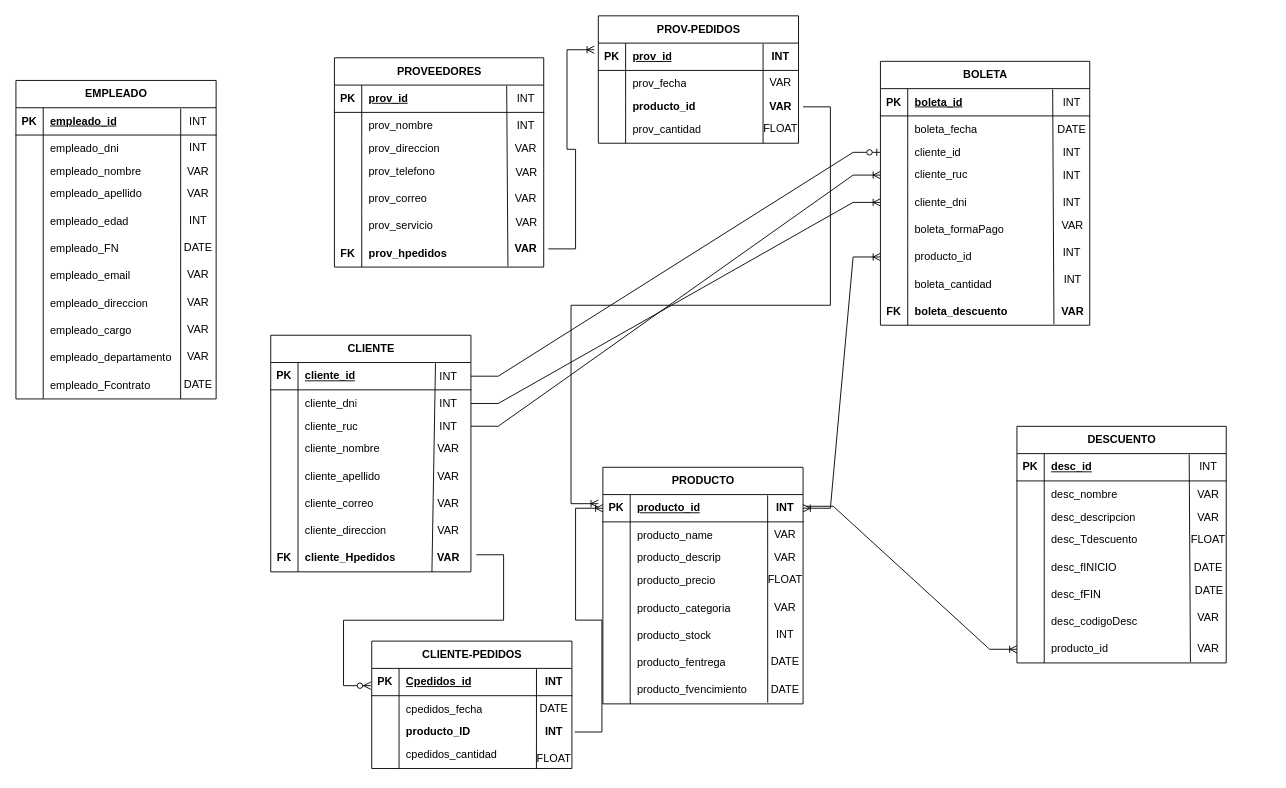
This is Diagrama sin título.drawio from Sam282004/DB-CARRION, a draw.io file, before an edit. Source tidied: cells renumbered, new cells numbered last; positions are measured from the earlier drawing's top-left corner, leaving out a move shared by most shapes. Both pictures are drawn from the tidied source at 91%, with x=0, y=0 at pixel (15, 15).
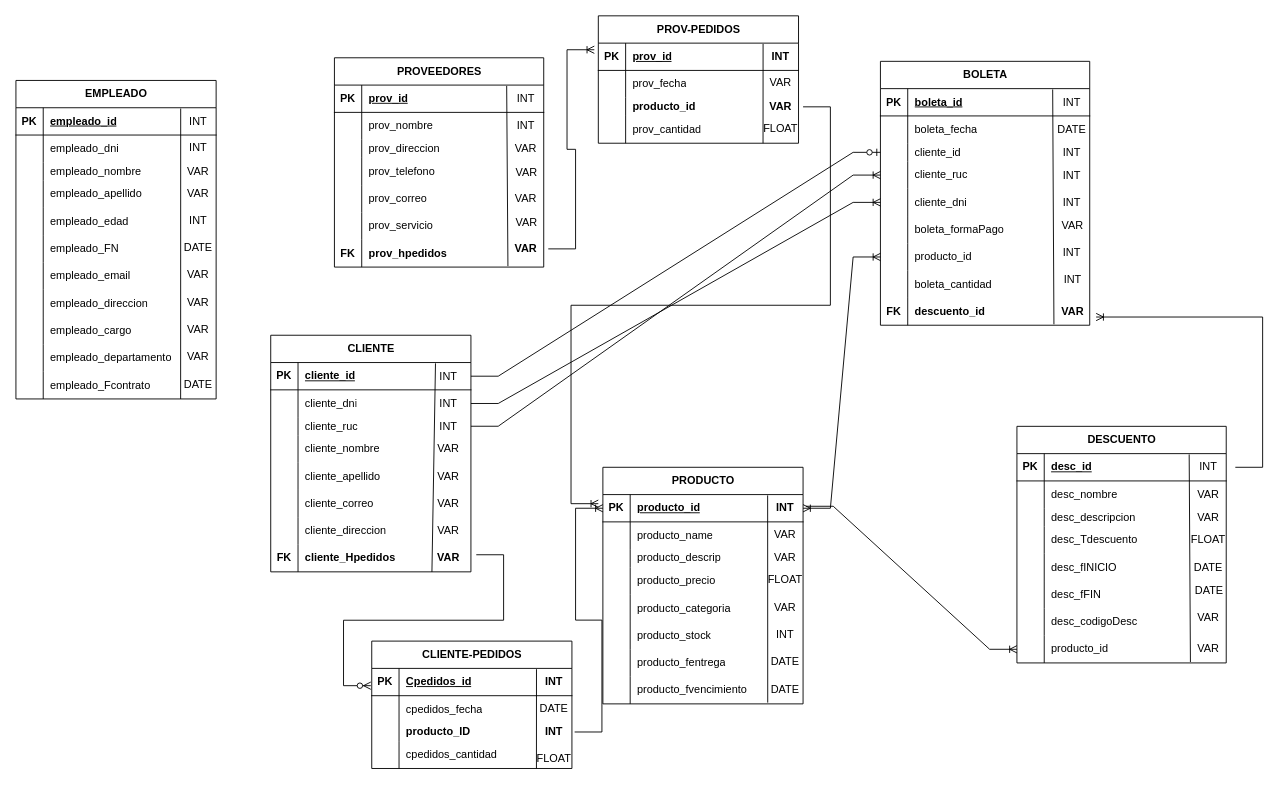
Above is the later version.

The change refers to these unchanged cells:
```xml
<mxCell id="171" style="shape=tableRow;horizontal=0;startSize=0;swimlaneHead=0;swimlaneBody=0;fillColor=none;points=[[0,0.5],[1,0.5]];portConstraint=eastwest;top=0;left=0;right=0;bottom=0;" parent="146" vertex="1">
  <mxGeometry y="260" width="230" height="30" as="geometry" />
</mxCell>
<mxCell id="183" value="&lt;b&gt;VAR&lt;/b&gt;" style="text;html=1;align=center;verticalAlign=middle;points=[];strokeColor=none;fillColor=none;" parent="1" vertex="1">
  <mxGeometry x="1136" y="309.9" width="50" height="30" as="geometry" />
</mxCell>
```

Diff of the diagram source:
```diff
@@
-    <mxCell id="173" value="&lt;b&gt;boleta_descuento&lt;/b&gt;" style="shape=partialRectangle;fillColor=none;top=0;left=0;bottom=0;right=0;align=left;spacingLeft=6;overflow=hidden;whiteSpace=wrap;html=1;" parent="171" vertex="1">
+    <mxCell id="173" value="&lt;b&gt;descuento_id&lt;/b&gt;" style="shape=partialRectangle;fillColor=none;top=0;left=0;bottom=0;right=0;align=left;spacingLeft=6;overflow=hidden;whiteSpace=wrap;html=1;" parent="171" vertex="1">
       <mxGeometry x="30" width="200" height="30" as="geometry" />
     </mxCell>
@@
+    <mxCell id="263" style="edgeStyle=entityRelationEdgeStyle;fontSize=12;html=1;endArrow=ERoneToMany;rounded=0;entryX=1.021;entryY=0.699;entryDx=0;entryDy=0;entryPerimeter=0;" parent="1" edge="1" target="183">
+      <mxGeometry relative="1" as="geometry">
+        <mxPoint x="1340" y="496" as="sourcePoint" />
+      </mxGeometry>
+    </mxCell>
```
